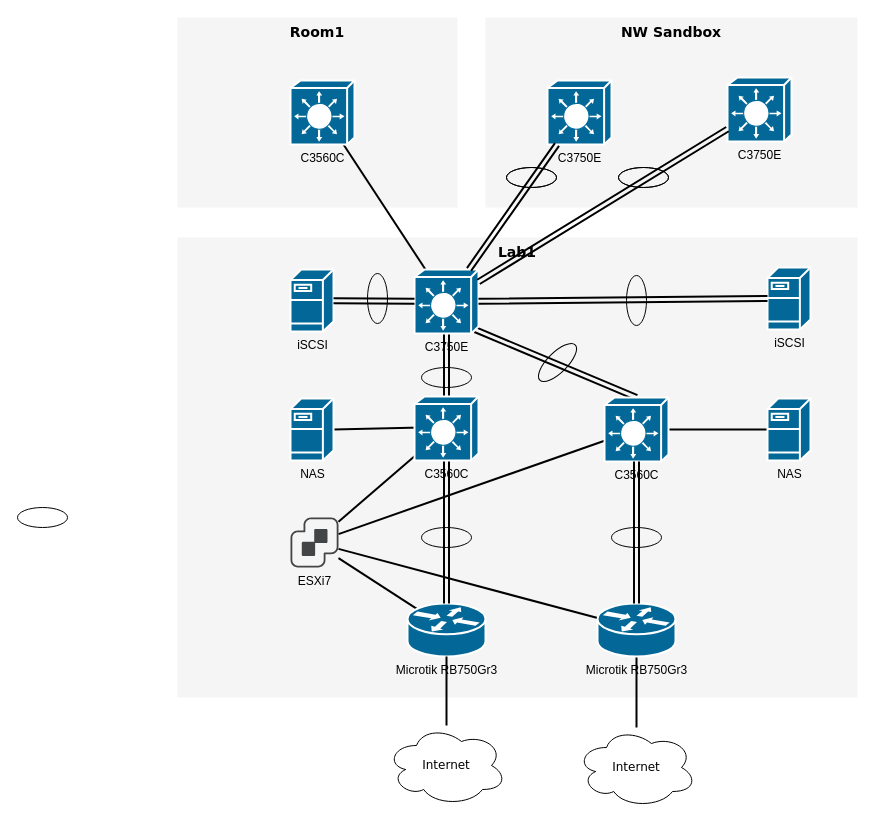
Before: 名称未設定ファイル.drawio in hirofumihida/drowio-home, a draw.io diagram. Source tidied: cells renumbered, new cells numbered last; positions are measured from the earlier drawing's top-left corner, leaving out a move shared by most shapes. Both pictures are drawn from the tidied source at 100%, with x=0, y=0 at pixel (17, 17).
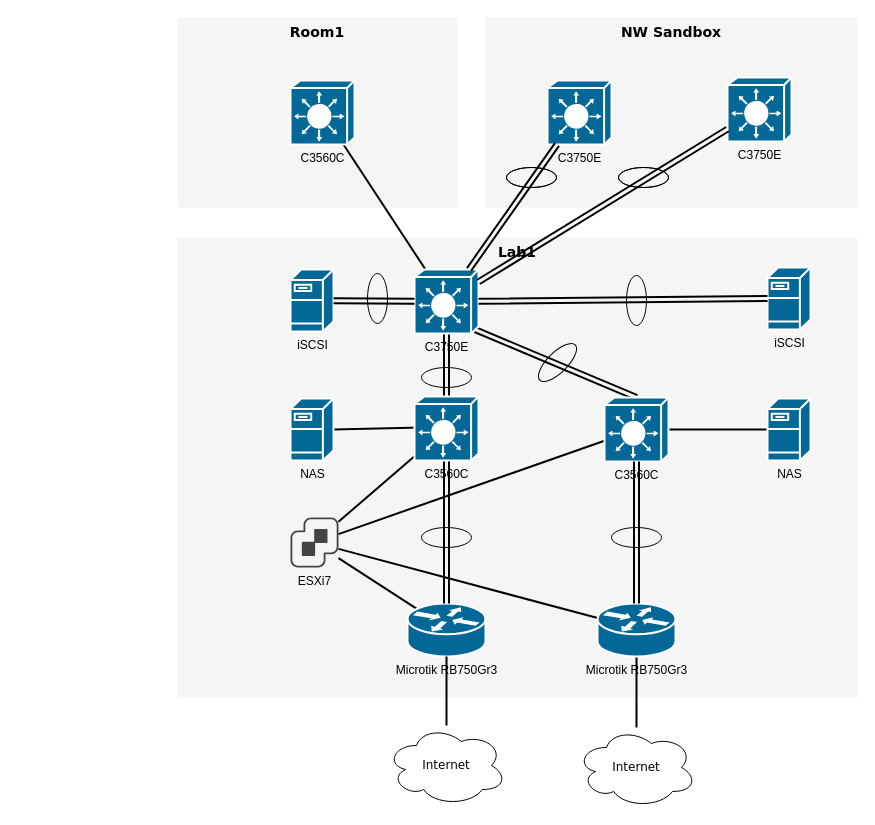
The same diagram, later.

Commit message (it also covers changes not shown here):
名称未設定ファイル.drawio を更新します

Diff of the diagram source:
```diff
@@
-    <mxCell id="36" style="ellipse;whiteSpace=wrap;html=1;" parent="1" vertex="1">
-      <mxGeometry y="490" width="50" height="20" as="geometry" />
-    </mxCell>
```
